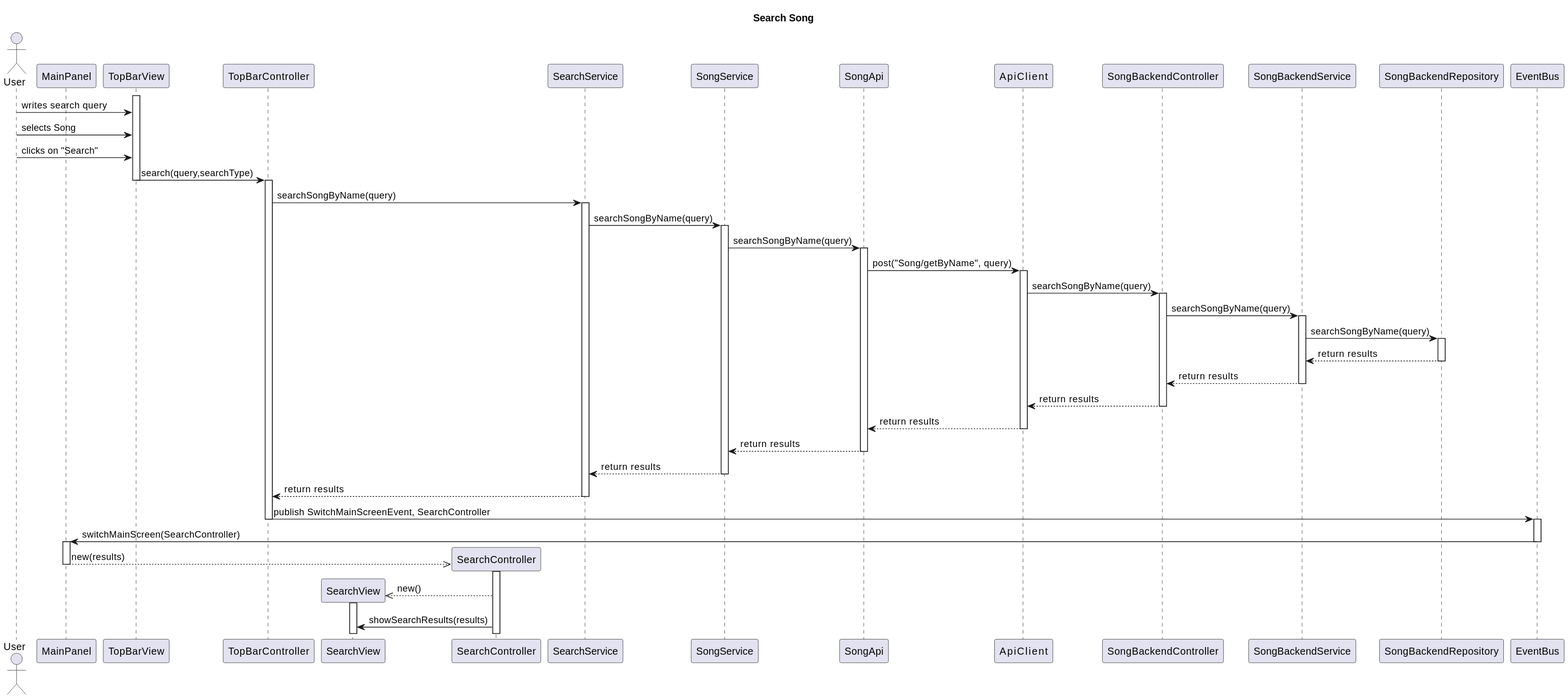
This is Paradoteo_4/SequenceDiagrams-v0.3/SearchSong.svg from RubenKingCP/Tunix, a PlantUML export, as it was before one commit. Its diagram source:
```plantuml
@startuml
title Search Song

actor User

participant MainPanel
participant TopBarView
participant TopBarController
participant SearchView
participant SearchController
participant SearchService
participant SongService
participant SongApi
participant ApiService
participant SongBackendController
participant SongBackendService
participant SongBackendRepository


participant EventBus

activate TopBarView
User -> TopBarView : writes search query
User -> TopBarView : selects Song
User -> TopBarView : clicks on "Search"
TopBarView -> TopBarController : search(query,searchType)
deactivate TopBarView
activate TopBarController
TopBarController -> SearchService : searchSongByName(query)
activate SearchService
SearchService -> SongService : searchSongByName(query)
activate SongService
SongService -> SongApi : searchSongByName(query)
activate SongApi
SongApi -> ApiService : post("Song/getByName", query)
activate ApiService
ApiService -> SongBackendController : searchSongByName(query)
activate SongBackendController
SongBackendController -> SongBackendService : searchSongByName(query)
activate SongBackendService
SongBackendService -> SongBackendRepository : searchSongByName(query)
activate SongBackendRepository
SongBackendRepository --> SongBackendService : return results
deactivate SongBackendRepository
SongBackendService --> SongBackendController : return results
deactivate SongBackendService
SongBackendController --> ApiService : return results
deactivate SongBackendController
ApiService --> SongApi : return results
deactivate ApiService
SongApi --> SongService : return results
deactivate SongApi
SongService --> SearchService : return results
deactivate SongService
SearchService --> TopBarController : return results
deactivate SearchService
TopBarController -> EventBus : publish SwitchMainScreenEvent, SearchController
deactivate TopBarController
activate EventBus
EventBus -> MainPanel : switchMainScreen(SearchController)
deactivate EventBus
activate MainPanel
create SearchController
MainPanel -->> SearchController : new(results)
deactivate MainPanel
activate SearchController
create SearchView
SearchController -->> SearchView : new()
activate SearchView
SearchController -> SearchView : showSearchResults(results)
@enduml
```
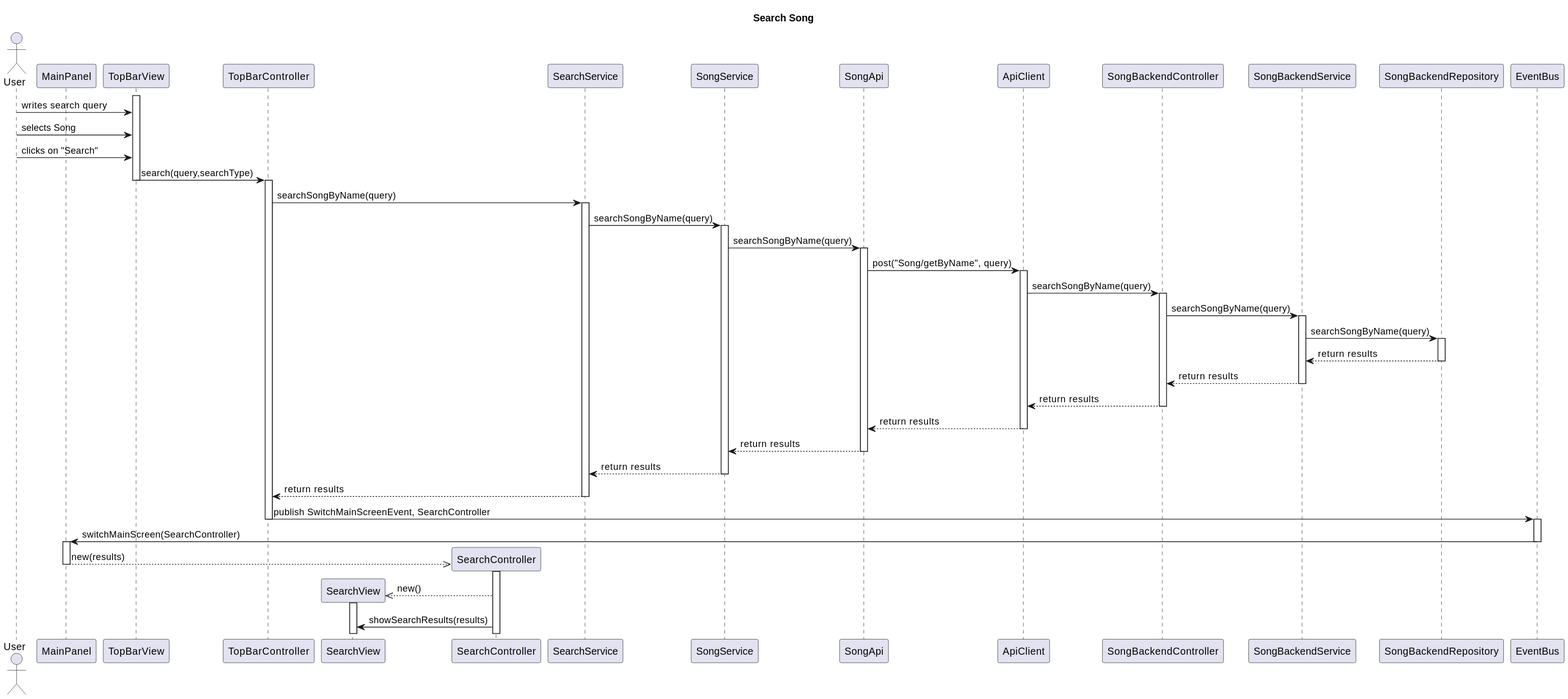
The same diagram one commit later.

Diff of the diagram source:
```diff
@@ -11,7 +11,7 @@
 participant SearchService
 participant SongService
 participant SongApi
-participant ApiService
+participant ApiClient
 participant SongBackendController
 participant SongBackendService
 participant SongBackendRepository
@@ -32,9 +32,9 @@
 activate SongService
 SongService -> SongApi : searchSongByName(query)
 activate SongApi
-SongApi -> ApiService : post("Song/getByName", query)
-activate ApiService
-ApiService -> SongBackendController : searchSongByName(query)
+SongApi -> ApiClient : post("Song/getByName", query)
+activate ApiClient
+ApiClient -> SongBackendController : searchSongByName(query)
 activate SongBackendController
 SongBackendController -> SongBackendService : searchSongByName(query)
 activate SongBackendService
@@ -44,10 +44,10 @@
 deactivate SongBackendRepository
 SongBackendService --> SongBackendController : return results
 deactivate SongBackendService
-SongBackendController --> ApiService : return results
+SongBackendController --> ApiClient : return results
 deactivate SongBackendController
-ApiService --> SongApi : return results
-deactivate ApiService
+ApiClient --> SongApi : return results
+deactivate ApiClient
 SongApi --> SongService : return results
 deactivate SongApi
 SongService --> SearchService : return results
```
